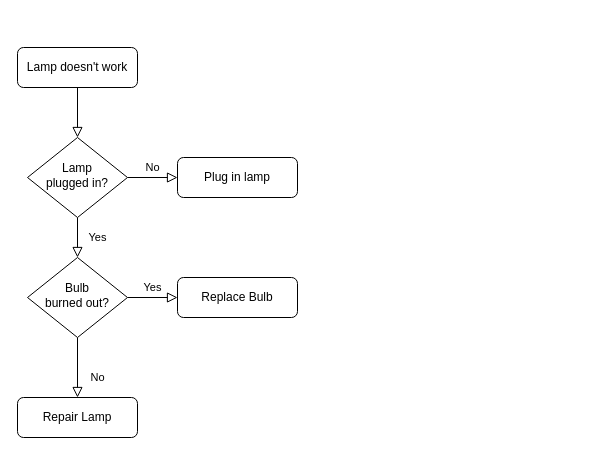
Before: 未命名绘图.drawio in crack-dawn/flowchart, a draw.io diagram. Source tidied: cells renumbered, new cells numbered last; positions are measured from the earlier drawing's top-left corner, leaving out a move shared by most shapes. Both pictures are drawn from the tidied source at 100%, with x=0, y=0 at pixel (17, 47).
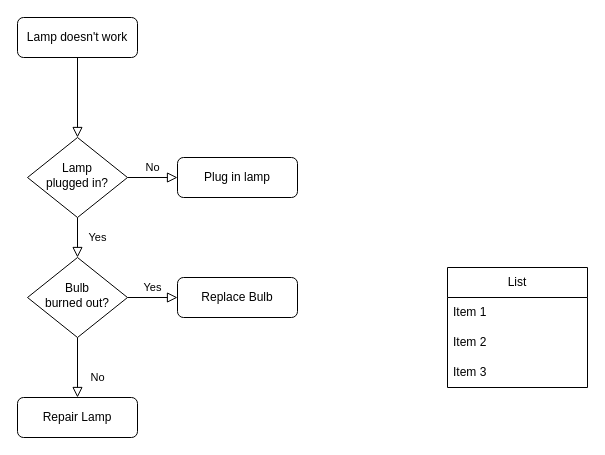
The same page after the edit.

What changed in the source:
```diff
@@
 <mxGraphModel>
   <root>
     <mxCell id="0" />
     <mxCell id="1" parent="0" />
     <mxCell id="2" style="rounded=0;html=1;jettySize=auto;fontSize=11;endArrow=block;endFill=0;endSize=8;strokeWidth=1;shadow=0;labelBackgroundColor=none;edgeStyle=orthogonalEdgeStyle;" parent="1" edge="1" source="3" target="6">
       <mxGeometry relative="1" as="geometry" />
     </mxCell>
     <mxCell id="3" value="Lamp doesn't work" style="rounded=1;whiteSpace=wrap;html=1;fontSize=12;glass=0;strokeWidth=1;shadow=0;" parent="1" vertex="1">
-      <mxGeometry width="120" height="40" as="geometry" />
+      <mxGeometry y="-30" width="120" height="40" as="geometry" />
     </mxCell>
     <mxCell id="4" value="Yes" style="rounded=0;html=1;jettySize=auto;fontSize=11;endArrow=block;endFill=0;endSize=8;strokeWidth=1;shadow=0;labelBackgroundColor=none;edgeStyle=orthogonalEdgeStyle;" parent="1" edge="1" source="6" target="10">
       <mxGeometry y="20" relative="1" as="geometry" />
     </mxCell>
     <mxCell id="5" value="No" style="edgeStyle=orthogonalEdgeStyle;rounded=0;html=1;jettySize=auto;fontSize=11;endArrow=block;endFill=0;endSize=8;strokeWidth=1;shadow=0;labelBackgroundColor=none;" parent="1" edge="1" source="6" target="7">
       <mxGeometry y="10" relative="1" as="geometry" />
     </mxCell>
     <mxCell id="6" value="Lamp&lt;br&gt;plugged in?" style="rhombus;whiteSpace=wrap;html=1;shadow=0;fontFamily=Helvetica;fontSize=12;align=center;strokeWidth=1;spacing=6;spacingTop=-4;" parent="1" vertex="1">
       <mxGeometry x="10" y="90" width="100" height="80" as="geometry" />
     </mxCell>
     <mxCell id="7" value="Plug in lamp" style="rounded=1;whiteSpace=wrap;html=1;fontSize=12;glass=0;strokeWidth=1;shadow=0;" parent="1" vertex="1">
       <mxGeometry x="160" y="110" width="120" height="40" as="geometry" />
     </mxCell>
     <mxCell id="8" value="No" style="rounded=0;html=1;jettySize=auto;fontSize=11;endArrow=block;endFill=0;endSize=8;strokeWidth=1;shadow=0;labelBackgroundColor=none;edgeStyle=orthogonalEdgeStyle;" parent="1" edge="1" source="10" target="11">
       <mxGeometry x="0.33" y="20" relative="1" as="geometry" />
     </mxCell>
     <mxCell id="9" value="Yes" style="edgeStyle=orthogonalEdgeStyle;rounded=0;html=1;jettySize=auto;fontSize=11;endArrow=block;endFill=0;endSize=8;strokeWidth=1;shadow=0;labelBackgroundColor=none;" parent="1" edge="1" source="10" target="12">
       <mxGeometry y="10" relative="1" as="geometry" />
     </mxCell>
     <mxCell id="10" value="Bulb&lt;br&gt;burned out?" style="rhombus;whiteSpace=wrap;html=1;shadow=0;fontFamily=Helvetica;fontSize=12;align=center;strokeWidth=1;spacing=6;spacingTop=-4;" parent="1" vertex="1">
       <mxGeometry x="10" y="210" width="100" height="80" as="geometry" />
     </mxCell>
     <mxCell id="11" value="Repair Lamp" style="rounded=1;whiteSpace=wrap;html=1;fontSize=12;glass=0;strokeWidth=1;shadow=0;" parent="1" vertex="1">
       <mxGeometry y="350" width="120" height="40" as="geometry" />
     </mxCell>
     <mxCell id="12" value="Replace Bulb" style="rounded=1;whiteSpace=wrap;html=1;fontSize=12;glass=0;strokeWidth=1;shadow=0;" parent="1" vertex="1">
       <mxGeometry x="160" y="230" width="120" height="40" as="geometry" />
     </mxCell>
+    <mxCell id="13" value="List" style="swimlane;fontStyle=0;horizontal=1;startSize=30;whiteSpace=wrap;html=1;" parent="1" vertex="1">
+      <mxGeometry x="430" y="220" width="140" height="120" as="geometry" />
+    </mxCell>
+    <mxCell id="14" value="Item 1" style="text;strokeColor=none;fillColor=none;align=left;verticalAlign=middle;spacingLeft=4;spacingRight=4;overflow=hidden;whiteSpace=wrap;html=1;" parent="13" vertex="1">
+      <mxGeometry y="30" width="140" height="30" as="geometry" />
+    </mxCell>
+    <mxCell id="15" value="Item 2" style="text;strokeColor=none;fillColor=none;align=left;verticalAlign=middle;spacingLeft=4;spacingRight=4;overflow=hidden;whiteSpace=wrap;html=1;" parent="13" vertex="1">
+      <mxGeometry y="60" width="140" height="30" as="geometry" />
+    </mxCell>
+    <mxCell id="16" value="Item 3" style="text;strokeColor=none;fillColor=none;align=left;verticalAlign=middle;spacingLeft=4;spacingRight=4;overflow=hidden;whiteSpace=wrap;html=1;" parent="13" vertex="1">
+      <mxGeometry y="90" width="140" height="30" as="geometry" />
+    </mxCell>
   </root>
 </mxGraphModel>
```
